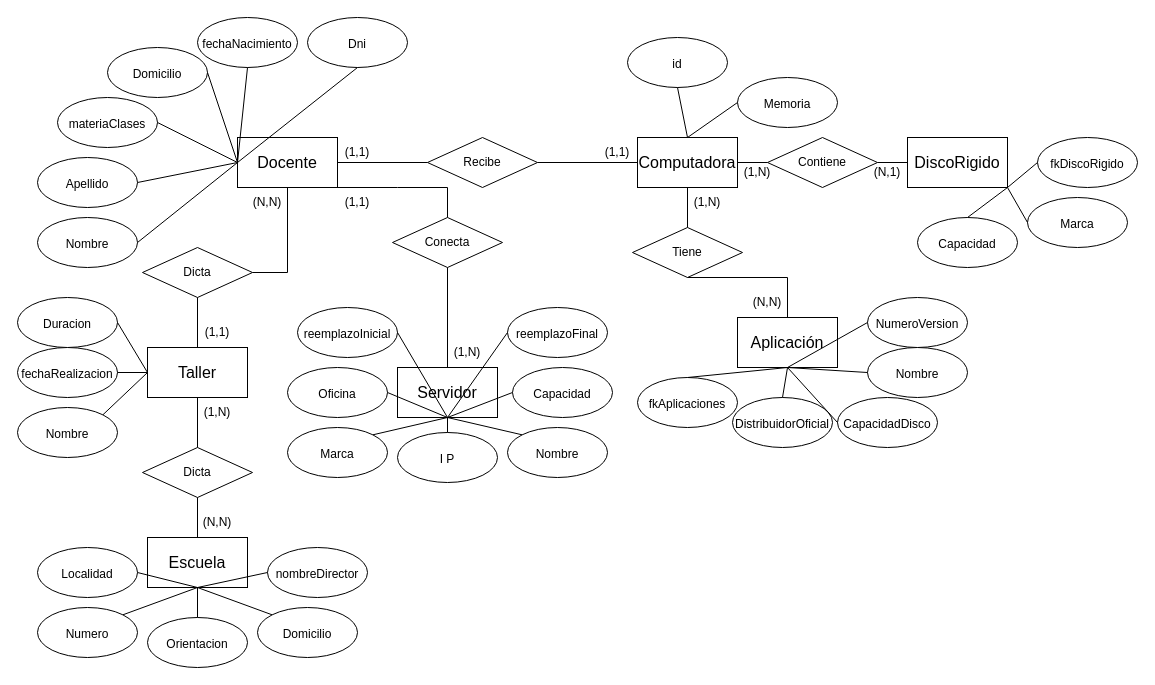
ignacind/TPO-bd1 keeps this draw.io diagram as CI/conceptualCI.drawio. Above is the earlier version. Source tidied: cells renumbered, new cells numbered last; positions are measured from the earlier drawing's top-left corner, leaving out a move shared by most shapes. Both pictures are drawn from the tidied source at 100%, with x=0, y=0 at pixel (17, 17).
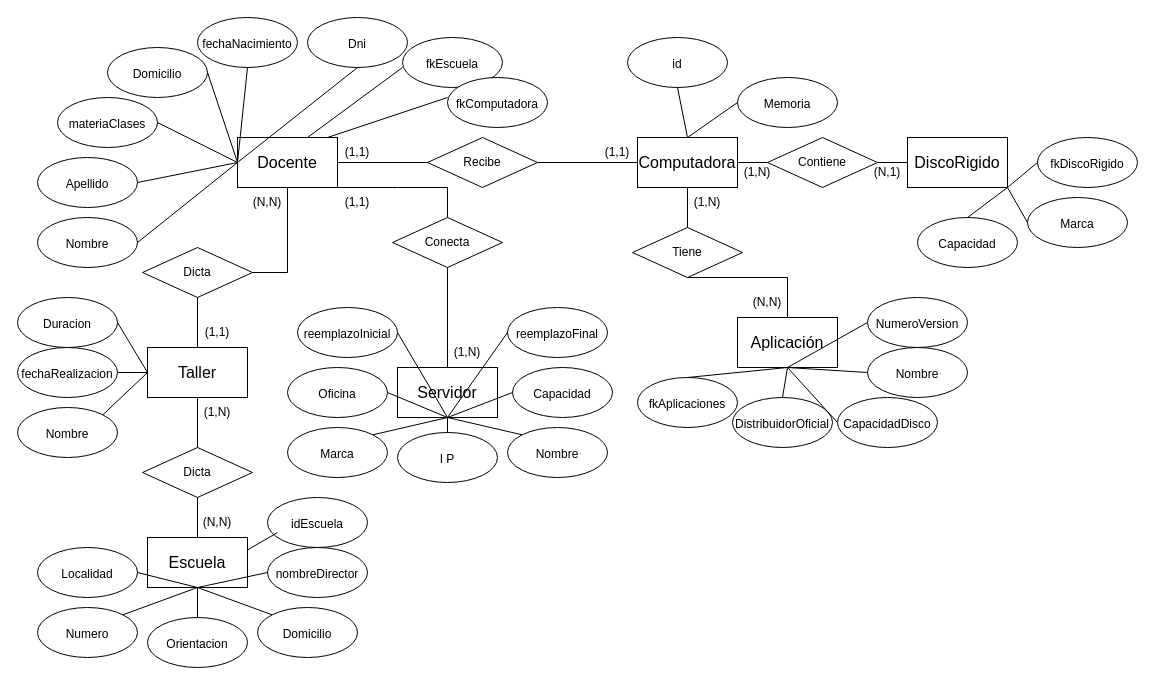
Above is the later version.

The change refers to these unchanged cells:
```xml
<mxCell id="4" value="&lt;font style=&quot;font-size: 16px;&quot;&gt;Escuela&lt;/font&gt;" style="rounded=0;whiteSpace=wrap;html=1;" parent="1" vertex="1">
  <mxGeometry x="130" y="520" width="100" height="50" as="geometry" />
</mxCell>
<mxCell id="96" value="(1,1)" style="text;html=1;strokeColor=none;fillColor=none;align=center;verticalAlign=middle;whiteSpace=wrap;rounded=0;" parent="1" vertex="1">
  <mxGeometry x="310" y="120" width="60" height="30" as="geometry" />
</mxCell>
```

The edit, as a diff of the source:
```diff
@@
+    <mxCell id="101" value="&lt;font style=&quot;font-size: 12px;&quot;&gt;fkEscuela&lt;br&gt;&lt;/font&gt;" style="ellipse;whiteSpace=wrap;html=1;fontSize=16;" parent="1" vertex="1">
+      <mxGeometry x="385" y="20" width="100" height="50" as="geometry" />
+    </mxCell>
+    <mxCell id="102" value="&lt;font style=&quot;font-size: 12px;&quot;&gt;fkComputadora&lt;/font&gt;" style="ellipse;whiteSpace=wrap;html=1;fontSize=16;" parent="1" vertex="1">
+      <mxGeometry x="430" y="60" width="100" height="50" as="geometry" />
+    </mxCell>
+    <mxCell id="103" style="endArrow=none;html=1;rounded=0;entryX=0.5;entryY=1;entryDx=0;entryDy=0;" parent="1" edge="1">
+      <mxGeometry relative="1" as="geometry">
+        <mxPoint x="290" y="120" as="sourcePoint" />
+        <mxPoint x="385" y="50" as="targetPoint" />
+      </mxGeometry>
+    </mxCell>
+    <mxCell id="104" style="endArrow=none;html=1;rounded=0;exitX=0;exitY=0;exitDx=0;exitDy=0;entryX=0.5;entryY=1;entryDx=0;entryDy=0;" parent="1" edge="1" source="96">
+      <mxGeometry relative="1" as="geometry">
+        <mxPoint x="430" y="80" as="targetPoint" />
+      </mxGeometry>
+    </mxCell>
+    <mxCell id="105" value="&lt;font style=&quot;font-size: 12px;&quot;&gt;idEscuela&lt;/font&gt;" style="ellipse;whiteSpace=wrap;html=1;fontSize=16;" parent="1" vertex="1">
+      <mxGeometry x="250" y="480" width="100" height="50" as="geometry" />
+    </mxCell>
+    <mxCell id="106" style="endArrow=none;html=1;rounded=0;exitX=0;exitY=0.5;exitDx=0;exitDy=0;entryX=1;entryY=0.25;entryDx=0;entryDy=0;" parent="1" edge="1" target="4">
+      <mxGeometry relative="1" as="geometry">
+        <mxPoint x="260" y="515" as="sourcePoint" />
+      </mxGeometry>
+    </mxCell>
```
